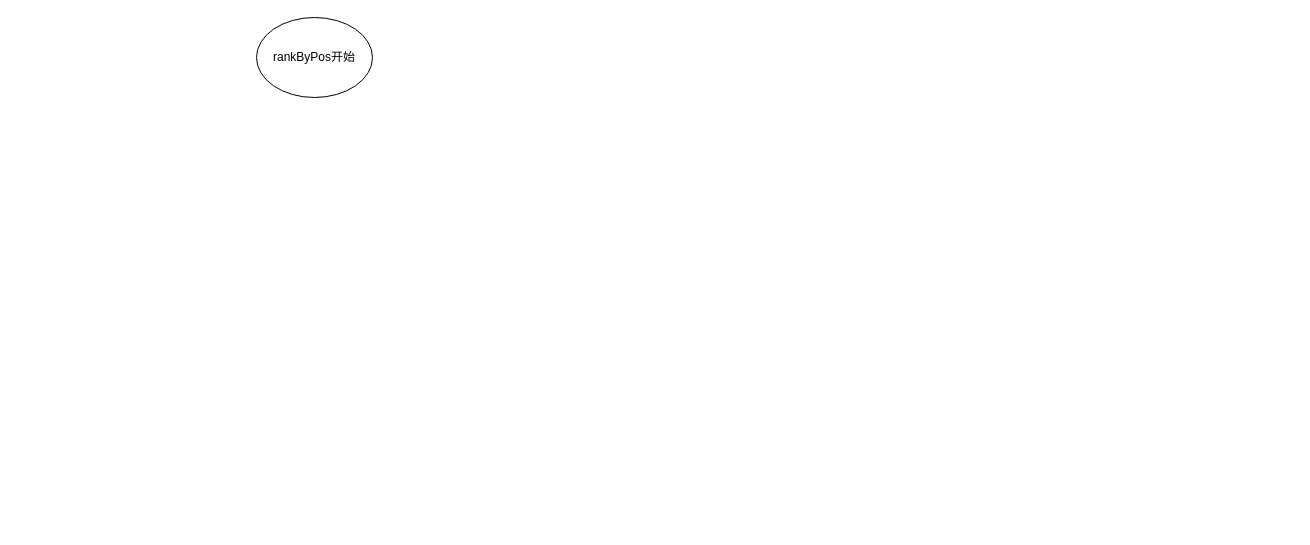
Above: 22218713 【商店搜索】列表价值混排方法-虚拟价格.drawio in ETHAN0430/draw.io.repo (draw.io), before the change. Source tidied: cells renumbered, new cells numbered last; positions are measured from the earlier drawing's top-left corner, leaving out a move shared by most shapes. Both pictures are drawn from the tidied source at 100%, with x=0, y=0 at pixel (256, 17).
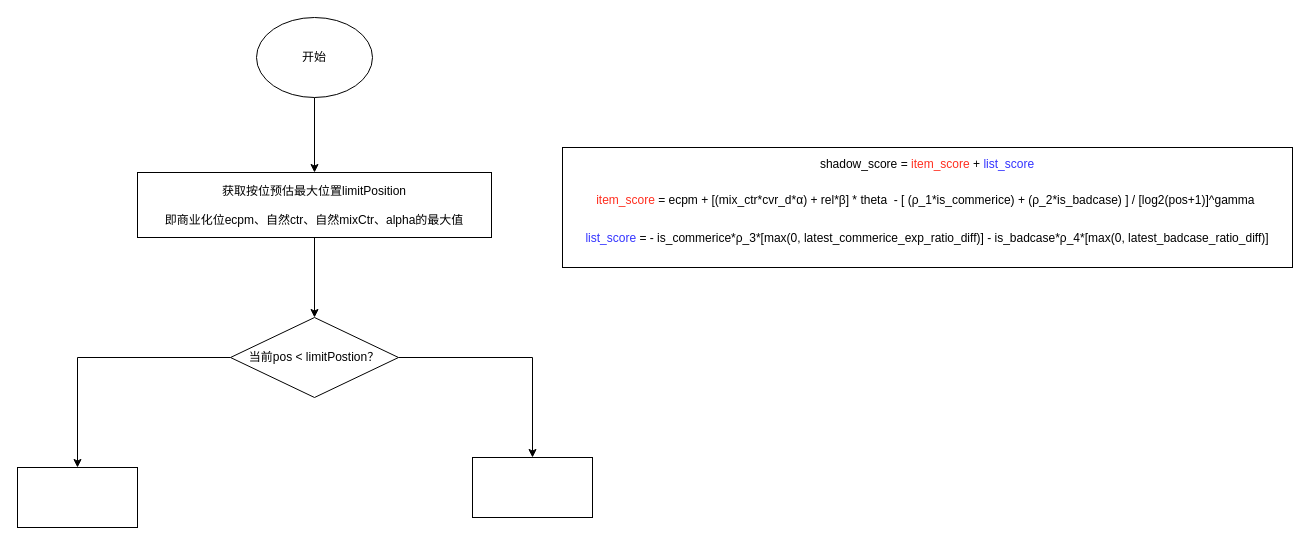
The same page after the edit.

Commit message (it also covers changes not shown here):
更新22218713 【商店搜索】列表价值混排方法-虚拟价格.drawio

What changed in the source:
```diff
@@
 <mxGraphModel>
   <root>
     <mxCell id="0" />
     <mxCell id="1" parent="0" />
+    <mxCell id="3" style="edgeStyle=orthogonalEdgeStyle;rounded=0;jettySize=auto;html=1;" parent="1" edge="1" source="2" target="6">
+      <mxGeometry relative="1" as="geometry" />
+    </mxCell>
-    <mxCell id="2" value="rankByPos开始" style="ellipse;whiteSpace=wrap;html=1;" parent="1" vertex="1">
+    <mxCell id="2" value="开始" style="ellipse;whiteSpace=wrap;html=1;" parent="1" vertex="1">
       <mxGeometry width="116" height="80" as="geometry" />
     </mxCell>
+    <mxCell id="4" value="&lt;span&gt;&lt;div style=&quot;line-height: 100%;&quot; class=&quot;ql-code-block ql-long-10203 ql-authorBlock-10203 ql-direction-ltr&quot;&gt;shadow_score &lt;span class=&quot;ql-token hljs-operator&quot;&gt;=&lt;/span&gt; &lt;font color=&quot;#ff2e1f&quot;&gt;item_score&lt;/font&gt; &lt;span class=&quot;ql-token hljs-operator&quot;&gt;+&lt;/span&gt; &lt;font color=&quot;#3333ff&quot;&gt;list_score&lt;/font&gt;&lt;br&gt;&lt;br&gt;&lt;span data-docs-delta=&quot;[[20,&amp;quot;item_score = ecpm + [(mix_ctr*cvr_d*α) + rel*β] * theta&amp;quot;],[20,&amp;quot;\n&amp;quot;,&amp;quot;24:\&amp;quot;LYW5\&amp;quot;|36:150|direction:\&amp;quot;ltr\&amp;quot;&amp;quot;],[20,&amp;quot;          - [ (ρ_1*is_commerice) + (ρ_2*is_badcase) ] / [log2(pos+1)]^gamma &amp;quot;],[20,&amp;quot;\n&amp;quot;,&amp;quot;24:\&amp;quot;6fk8\&amp;quot;|36:150|direction:\&amp;quot;ltr\&amp;quot;&amp;quot;]]&quot;&gt;&lt;pre&gt;&lt;font face=&quot;Helvetica&quot;&gt;&lt;font color=&quot;#ff2e1f&quot;&gt;item_score&lt;/font&gt; = ecpm + [(mix_ctr*cvr_d*α) + rel*β] * theta  - [ (ρ_1*is_commerice) + (ρ_2*is_badcase) ] / [log2(pos+1)]^gamma &lt;br&gt;&lt;br&gt;&lt;/font&gt;&lt;pre&gt;&lt;font face=&quot;Helvetica&quot;&gt;&lt;font color=&quot;#3333ff&quot;&gt;list_score&lt;/font&gt; = - is_commerice*ρ_3*[max(0, latest_commerice_exp_ratio_diff)] - is_badcase*ρ_4*[max(0, latest_badcase_ratio_diff)]&lt;/font&gt;&lt;/pre&gt;&lt;/pre&gt;&lt;/span&gt;&lt;/div&gt;&lt;/span&gt;" style="whiteSpace=wrap;html=1;" parent="1" vertex="1">
+      <mxGeometry x="306" y="130" width="730" height="120" as="geometry" />
+    </mxCell>
+    <mxCell id="5" style="edgeStyle=orthogonalEdgeStyle;rounded=0;jettySize=auto;html=1;" parent="1" edge="1" source="6" target="9">
+      <mxGeometry relative="1" as="geometry" />
+    </mxCell>
+    <mxCell id="6" value="获取按位预估最大位置limitPosition&lt;br&gt;&lt;br&gt;即商业化位ecpm、自然ctr、自然mixCtr、alpha的最大值" style="whiteSpace=wrap;html=1;" parent="1" vertex="1">
+      <mxGeometry x="-119" y="155" width="354" height="65" as="geometry" />
+    </mxCell>
+    <mxCell id="7" style="edgeStyle=orthogonalEdgeStyle;rounded=0;jettySize=auto;html=1;" parent="1" edge="1" source="9" target="10">
+      <mxGeometry relative="1" as="geometry" />
+    </mxCell>
+    <mxCell id="8" style="edgeStyle=orthogonalEdgeStyle;rounded=0;jettySize=auto;html=1;" parent="1" edge="1" source="9" target="11">
+      <mxGeometry relative="1" as="geometry" />
+    </mxCell>
+    <mxCell id="9" value="当前pos &amp;lt; limitPostion？" style="rhombus;whiteSpace=wrap;html=1;" parent="1" vertex="1">
+      <mxGeometry x="-26" y="300" width="168" height="80" as="geometry" />
+    </mxCell>
+    <mxCell id="10" style="whiteSpace=wrap;html=1;" parent="1" vertex="1">
+      <mxGeometry x="-239" y="450" width="120" height="60" as="geometry" />
+    </mxCell>
+    <mxCell id="11" style="whiteSpace=wrap;html=1;" parent="1" vertex="1">
+      <mxGeometry x="216" y="440" width="120" height="60" as="geometry" />
+    </mxCell>
   </root>
 </mxGraphModel>
```
